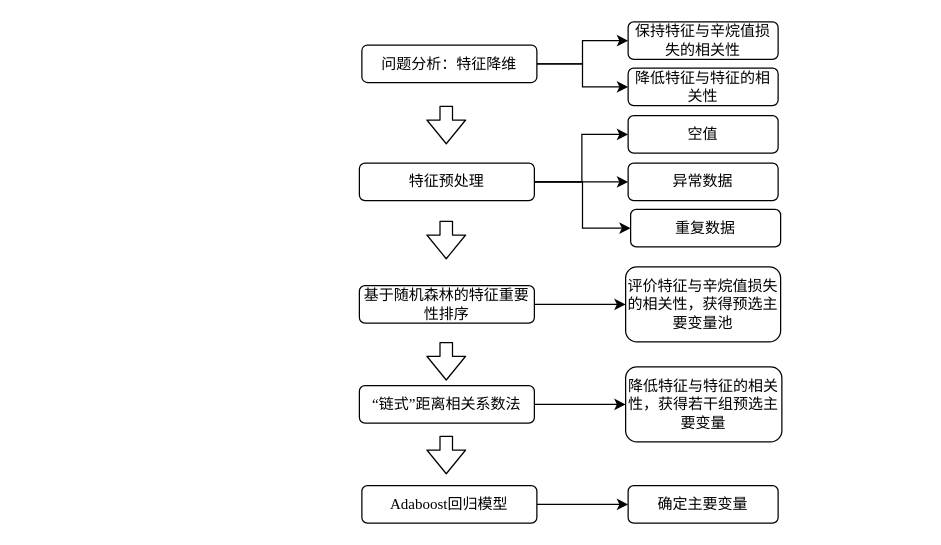
The draw.io diagram 数模2.drawio in wennieWN/UML, before the edit. Source tidied: cells renumbered, new cells numbered last; positions are measured from the earlier drawing's top-left corner, leaving out a move shared by most shapes. Both pictures are drawn from the tidied source at 125%, with x=0, y=0 at pixel (359, 21).
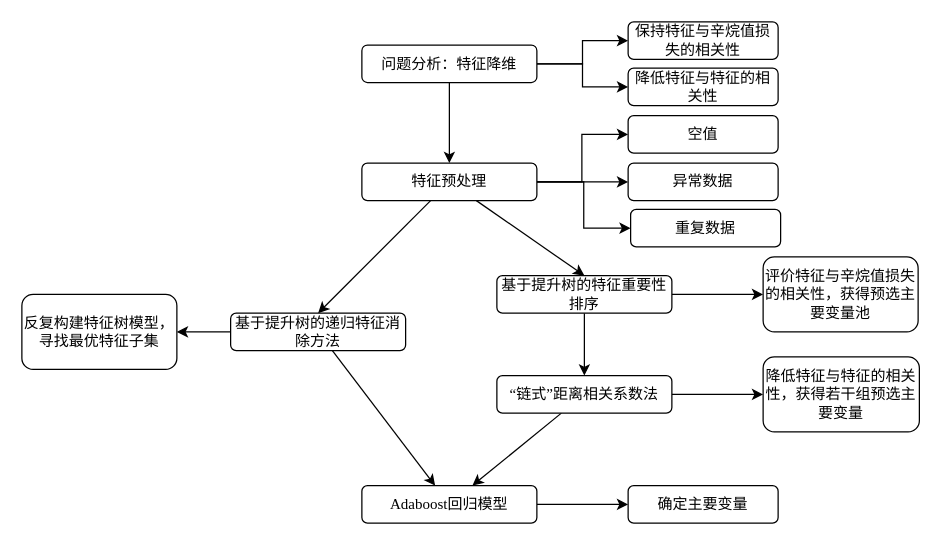
The same page after the edit.

The change refers to these unchanged cells:
```xml
<mxCell id="11" value="Adaboost回归模型" style="rounded=1;whiteSpace=wrap;html=1;fontFamily=Times New Roman;" parent="1" vertex="1">
  <mxGeometry x="2" y="371" width="140" height="30" as="geometry" />
</mxCell>
<mxCell id="18" value="问题分析：特征降维" style="rounded=1;whiteSpace=wrap;html=1;fontFamily=Times New Roman;" parent="1" vertex="1">
  <mxGeometry x="2" y="18.5" width="140" height="30" as="geometry" />
</mxCell>
```

What changed in the source:
```diff
@@
+    <mxCell id="27" style="rounded=0;jettySize=auto;html=1;entryX=0.5;entryY=0;entryDx=0;entryDy=0;" parent="1" edge="1" source="5" target="7">
+      <mxGeometry relative="1" as="geometry" />
+    </mxCell>
+    <mxCell id="28" style="edgeStyle=none;rounded=0;jettySize=auto;html=1;entryX=0.5;entryY=0;entryDx=0;entryDy=0;" parent="1" edge="1" source="5" target="34">
+      <mxGeometry relative="1" as="geometry" />
+    </mxCell>
     <mxCell id="5" value="特征预处理" style="rounded=1;whiteSpace=wrap;html=1;fontFamily=Times New Roman;" parent="1" vertex="1">
-      <mxGeometry y="113" width="140" height="30" as="geometry" />
+      <mxGeometry x="2" y="113" width="140" height="30" as="geometry" />
     </mxCell>
@@
+    <mxCell id="29" style="edgeStyle=none;rounded=0;jettySize=auto;html=1;entryX=0.5;entryY=0;entryDx=0;entryDy=0;" parent="1" edge="1" source="7" target="9">
+      <mxGeometry relative="1" as="geometry" />
+    </mxCell>
-    <mxCell id="7" value="基于随机森林的特征重要性排序" style="rounded=1;whiteSpace=wrap;html=1;fontFamily=Times New Roman;" parent="1" vertex="1">
-      <mxGeometry y="211" width="140" height="30" as="geometry" />
+    <mxCell id="7" value="基于提升树的特征重要性排序" style="rounded=1;whiteSpace=wrap;html=1;fontFamily=Times New Roman;" parent="1" vertex="1">
+      <mxGeometry x="110" y="203" width="140" height="30" as="geometry" />
     </mxCell>
@@
+    <mxCell id="30" style="edgeStyle=none;rounded=0;jettySize=auto;html=1;" parent="1" edge="1" source="9" target="11">
+      <mxGeometry relative="1" as="geometry" />
+    </mxCell>
     <mxCell id="9" value="“链式”距离相关系数法" style="rounded=1;whiteSpace=wrap;html=1;fontFamily=Times New Roman;" parent="1" vertex="1">
-      <mxGeometry y="291" width="140" height="30" as="geometry" />
+      <mxGeometry x="110" y="283" width="140" height="30" as="geometry" />
     </mxCell>
@@
     <mxCell id="13" value="评价特征与辛烷值损失的相关性，获得预选主要变量池" style="rounded=1;whiteSpace=wrap;html=1;fontFamily=Times New Roman;" parent="1" vertex="1">
-      <mxGeometry x="213" y="196" width="124" height="60" as="geometry" />
+      <mxGeometry x="323" y="188" width="124" height="60" as="geometry" />
     </mxCell>
@@
     <mxCell id="15" value="降低特征与特征的相关性，获得若干组预选主要变量" style="rounded=1;whiteSpace=wrap;html=1;fontFamily=Times New Roman;" parent="1" vertex="1">
-      <mxGeometry x="213" y="276" width="125" height="60" as="geometry" />
+      <mxGeometry x="323" y="268" width="125" height="60" as="geometry" />
     </mxCell>
@@
+    <mxCell id="31" style="edgeStyle=orthogonalEdgeStyle;rounded=0;jettySize=auto;html=1;" parent="1" edge="1" source="18" target="5">
+      <mxGeometry relative="1" as="geometry" />
+    </mxCell>
@@
-    <mxCell id="21" style="shape=flexArrow;endArrow=classic;html=1;" parent="1" edge="1">
-      <mxGeometry relative="1" as="geometry">
-        <mxPoint x="69.5" y="67" as="sourcePoint" />
-        <mxPoint x="69.5" y="98" as="targetPoint" />
-      </mxGeometry>
-    </mxCell>
-    <mxCell id="22" style="shape=flexArrow;endArrow=classic;html=1;" parent="1" edge="1">
-      <mxGeometry relative="1" as="geometry">
-        <mxPoint x="69.5" y="159" as="sourcePoint" />
-        <mxPoint x="69.5" y="190" as="targetPoint" />
-      </mxGeometry>
-    </mxCell>
-    <mxCell id="23" style="shape=flexArrow;endArrow=classic;html=1;" parent="1" edge="1">
-      <mxGeometry relative="1" as="geometry">
-        <mxPoint x="69.5" y="256" as="sourcePoint" />
-        <mxPoint x="69.5" y="287" as="targetPoint" />
-      </mxGeometry>
-    </mxCell>
-    <mxCell id="24" style="shape=flexArrow;endArrow=classic;html=1;" parent="1" edge="1">
-      <mxGeometry relative="1" as="geometry">
-        <mxPoint x="69.5" y="331" as="sourcePoint" />
-        <mxPoint x="69.5" y="362" as="targetPoint" />
-      </mxGeometry>
-    </mxCell>
@@
+    <mxCell id="32" style="edgeStyle=none;rounded=0;jettySize=auto;html=1;" parent="1" edge="1" source="34" target="11">
+      <mxGeometry relative="1" as="geometry" />
+    </mxCell>
+    <mxCell id="33" style="edgeStyle=none;rounded=0;jettySize=auto;html=1;entryX=1;entryY=0.5;entryDx=0;entryDy=0;" parent="1" edge="1" source="34" target="35">
+      <mxGeometry relative="1" as="geometry" />
+    </mxCell>
+    <mxCell id="34" value="基于提升树的递归特征消除方法" style="rounded=1;whiteSpace=wrap;html=1;fontFamily=Times New Roman;" parent="1" vertex="1">
+      <mxGeometry x="-103" y="233" width="140" height="30" as="geometry" />
+    </mxCell>
+    <mxCell id="35" value="反复构建特征树模型，寻找最优特征子集" style="rounded=1;whiteSpace=wrap;html=1;fontFamily=Times New Roman;" parent="1" vertex="1">
+      <mxGeometry x="-270" y="218" width="124" height="60" as="geometry" />
+    </mxCell>
```
